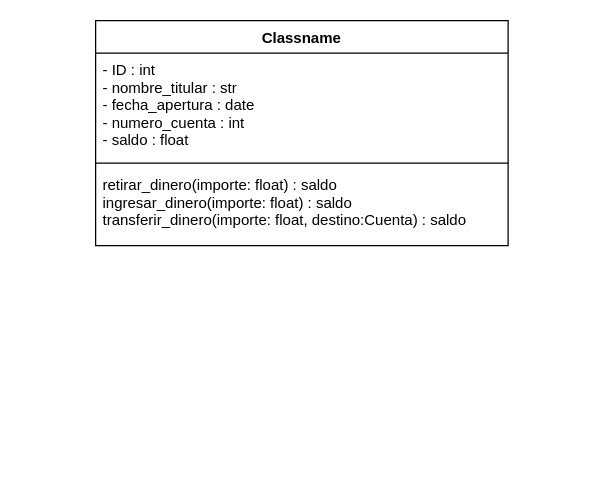
Before: ej3/ej-3.drawio in lidia-veli/Parcial1-POO, a draw.io diagram. Source tidied: cells renumbered, new cells numbered last; positions are measured from the earlier drawing's top-left corner, leaving out a move shared by most shapes. Both pictures are drawn from the tidied source at 125%, with x=0, y=0 at pixel (95, 20).
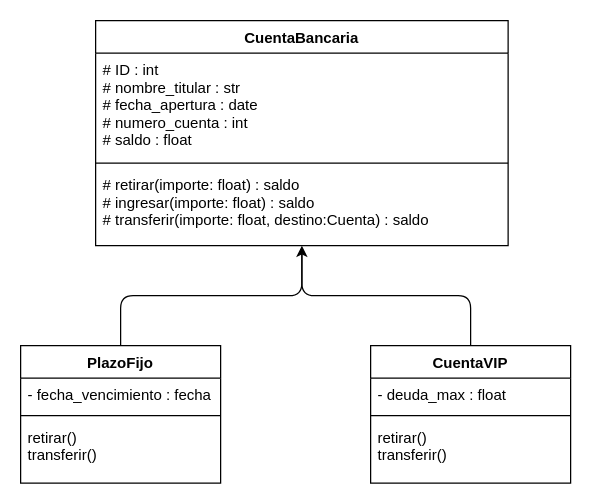
Above is the later version.

Diff of the diagram source:
```diff
@@
 <mxGraphModel>
   <root>
     <mxCell id="0" />
     <mxCell id="1" parent="0" />
-    <mxCell id="2" value="Classname" style="swimlane;fontStyle=1;align=center;verticalAlign=top;horizontal=1;startSize=26;" parent="1" vertex="1">
+    <mxCell id="2" value="CuentaBancaria" style="swimlane;fontStyle=1;align=center;verticalAlign=top;horizontal=1;startSize=26;" parent="1" vertex="1">
       <mxGeometry width="330" height="180" as="geometry" />
     </mxCell>
-    <mxCell id="3" value="- ID : int&#10;- nombre_titular : str&#10;- fecha_apertura : date&#10;- numero_cuenta : int&#10;- saldo : float" style="text;strokeColor=none;fillColor=none;align=left;verticalAlign=top;spacingLeft=4;spacingRight=4;overflow=hidden;" parent="2" vertex="1">
+    <mxCell id="3" value="# ID : int&#10;# nombre_titular : str&#10;# fecha_apertura : date&#10;# numero_cuenta : int&#10;# saldo : float" style="text;strokeColor=none;fillColor=none;align=left;verticalAlign=top;spacingLeft=4;spacingRight=4;overflow=hidden;" parent="2" vertex="1">
       <mxGeometry y="26" width="330" height="84" as="geometry" />
     </mxCell>
     <mxCell id="4" style="line;strokeWidth=1;fillColor=none;align=left;verticalAlign=middle;spacingTop=-1;spacingLeft=3;spacingRight=3;labelPosition=right;strokeColor=inherit;" parent="2" vertex="1">
       <mxGeometry y="110" width="330" height="8" as="geometry" />
     </mxCell>
-    <mxCell id="5" value="retirar_dinero(importe: float) : saldo&#10;ingresar_dinero(importe: float) : saldo&#10;transferir_dinero(importe: float, destino:Cuenta) : saldo" style="text;strokeColor=none;fillColor=none;align=left;verticalAlign=top;spacingLeft=4;spacingRight=4;overflow=hidden;points=[[0,0.5],[1,0.5]];portConstraint=eastwest;" parent="2" vertex="1">
+    <mxCell id="5" value="# retirar(importe: float) : saldo&#10;# ingresar(importe: float) : saldo&#10;# transferir(importe: float, destino:Cuenta) : saldo" style="text;strokeColor=none;fillColor=none;align=left;verticalAlign=top;spacingLeft=4;spacingRight=4;overflow=hidden;points=[[0,0.5],[1,0.5]];portConstraint=eastwest;" parent="2" vertex="1">
       <mxGeometry y="118" width="330" height="62" as="geometry" />
     </mxCell>
+    <mxCell id="6" style="edgeStyle=none;html=1;exitX=0.5;exitY=0;exitDx=0;exitDy=0;entryX=0.5;entryY=1;entryDx=0;entryDy=0;" parent="1" edge="1" source="7" target="2">
+      <mxGeometry relative="1" as="geometry">
+        <Array as="points">
+          <mxPoint x="20" y="220" />
+          <mxPoint x="165" y="220" />
+        </Array>
+      </mxGeometry>
+    </mxCell>
+    <mxCell id="7" value="PlazoFijo" style="swimlane;fontStyle=1;align=center;verticalAlign=top;horizontal=1;startSize=26;" parent="1" vertex="1">
+      <mxGeometry x="-60" y="260" width="160" height="110" as="geometry" />
+    </mxCell>
+    <mxCell id="8" value="- fecha_vencimiento : fecha" style="text;strokeColor=none;fillColor=none;align=left;verticalAlign=top;spacingLeft=4;spacingRight=4;overflow=hidden;" parent="7" vertex="1">
+      <mxGeometry y="26" width="160" height="26" as="geometry" />
+    </mxCell>
+    <mxCell id="9" style="line;strokeWidth=1;fillColor=none;align=left;verticalAlign=middle;spacingTop=-1;spacingLeft=3;spacingRight=3;labelPosition=right;strokeColor=inherit;" parent="7" vertex="1">
+      <mxGeometry y="52" width="160" height="8" as="geometry" />
+    </mxCell>
+    <mxCell id="10" value="retirar()&#10;transferir()" style="text;strokeColor=none;fillColor=none;align=left;verticalAlign=top;spacingLeft=4;spacingRight=4;overflow=hidden;" parent="7" vertex="1">
+      <mxGeometry y="60" width="160" height="50" as="geometry" />
+    </mxCell>
+    <mxCell id="11" style="edgeStyle=none;html=1;exitX=0.5;exitY=0;exitDx=0;exitDy=0;endArrow=none;endFill=0;entryX=0.5;entryY=1.074;entryDx=0;entryDy=0;entryPerimeter=0;" parent="1" edge="1" source="12" target="5">
+      <mxGeometry relative="1" as="geometry">
+        <Array as="points">
+          <mxPoint x="300" y="220" />
+          <mxPoint x="165" y="220" />
+        </Array>
+      </mxGeometry>
+    </mxCell>
+    <mxCell id="12" value="CuentaVIP" style="swimlane;fontStyle=1;align=center;verticalAlign=top;horizontal=1;startSize=26;" parent="1" vertex="1">
+      <mxGeometry x="220" y="260" width="160" height="110" as="geometry" />
+    </mxCell>
+    <mxCell id="13" value="- deuda_max : float" style="text;strokeColor=none;fillColor=none;align=left;verticalAlign=top;spacingLeft=4;spacingRight=4;overflow=hidden;" parent="12" vertex="1">
+      <mxGeometry y="26" width="160" height="26" as="geometry" />
+    </mxCell>
+    <mxCell id="14" style="line;strokeWidth=1;fillColor=none;align=left;verticalAlign=middle;spacingTop=-1;spacingLeft=3;spacingRight=3;labelPosition=right;strokeColor=inherit;" parent="12" vertex="1">
+      <mxGeometry y="52" width="160" height="8" as="geometry" />
+    </mxCell>
+    <mxCell id="15" value="retirar()&#10;transferir()" style="text;strokeColor=none;fillColor=none;align=left;verticalAlign=top;spacingLeft=4;spacingRight=4;overflow=hidden;" parent="12" vertex="1">
+      <mxGeometry y="60" width="160" height="50" as="geometry" />
+    </mxCell>
   </root>
 </mxGraphModel>
```
